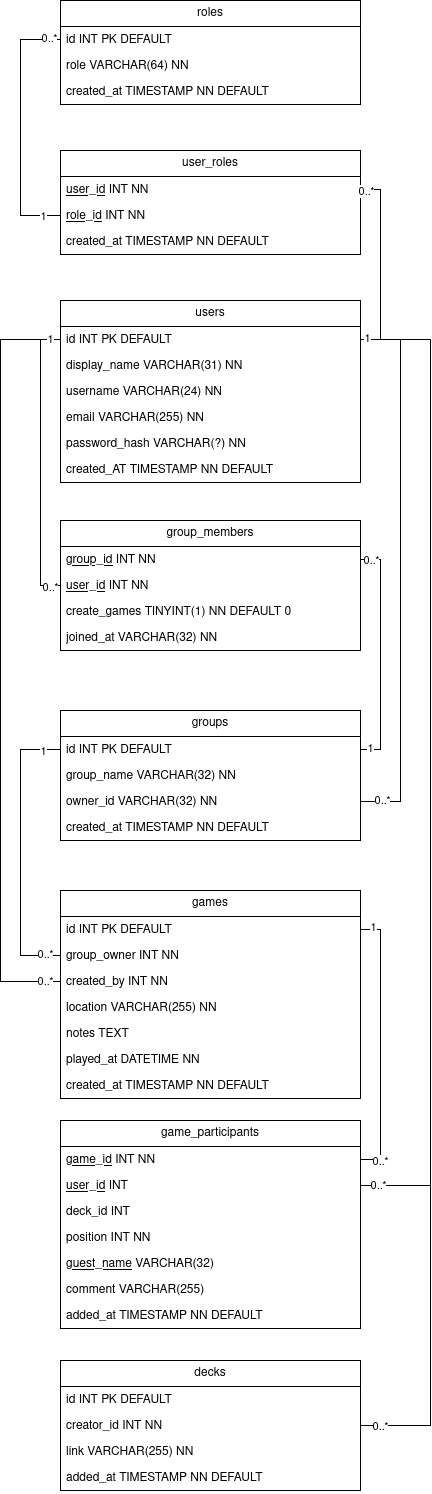
Nevah5/ManaMetrics keeps this draw.io diagram as ERM_Diagram.drawio.png. Above is the earlier version. Source tidied: cells renumbered, new cells last; positions are measured from the earlier drawing's top-left corner, leaving out a move shared by most shapes.
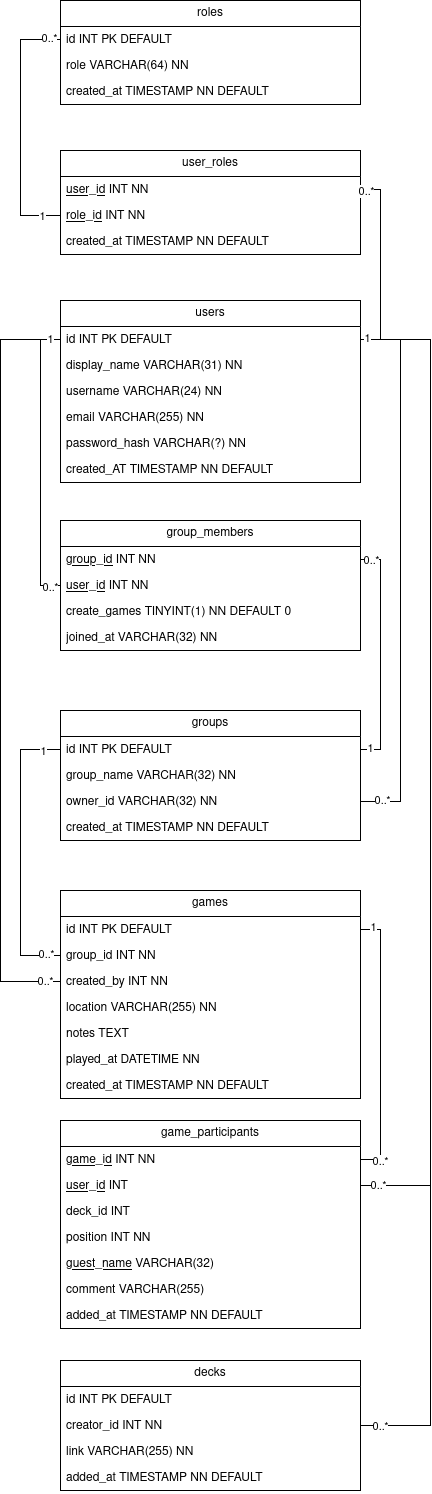
The same file after the commit.

Commit message:
Changed group_owner to group_id in games

Diff of the diagram source:
```diff
@@ -141,7 +141,7 @@
     <mxCell id="40" value="id INT PK DEFAULT" style="text;strokeColor=none;fillColor=none;align=left;verticalAlign=top;spacingLeft=4;spacingRight=4;overflow=hidden;points=[[0,0.5],[1,0.5]];portConstraint=eastwest;whiteSpace=wrap;html=1;" parent="39" vertex="1">
       <mxGeometry y="26" width="300" height="26" as="geometry" />
     </mxCell>
-    <mxCell id="41" value="group_owner INT NN" style="text;strokeColor=none;fillColor=none;align=left;verticalAlign=top;spacingLeft=4;spacingRight=4;overflow=hidden;points=[[0,0.5],[1,0.5]];portConstraint=eastwest;whiteSpace=wrap;html=1;" parent="39" vertex="1">
+    <mxCell id="41" value="group_id INT NN" style="text;strokeColor=none;fillColor=none;align=left;verticalAlign=top;spacingLeft=4;spacingRight=4;overflow=hidden;points=[[0,0.5],[1,0.5]];portConstraint=eastwest;whiteSpace=wrap;html=1;" parent="39" vertex="1">
       <mxGeometry y="52" width="300" height="26" as="geometry" />
     </mxCell>
     <mxCell id="42" value="created_by INT NN" style="text;strokeColor=none;fillColor=none;align=left;verticalAlign=top;spacingLeft=4;spacingRight=4;overflow=hidden;points=[[0,0.5],[1,0.5]];portConstraint=eastwest;whiteSpace=wrap;html=1;" parent="39" vertex="1">
```
